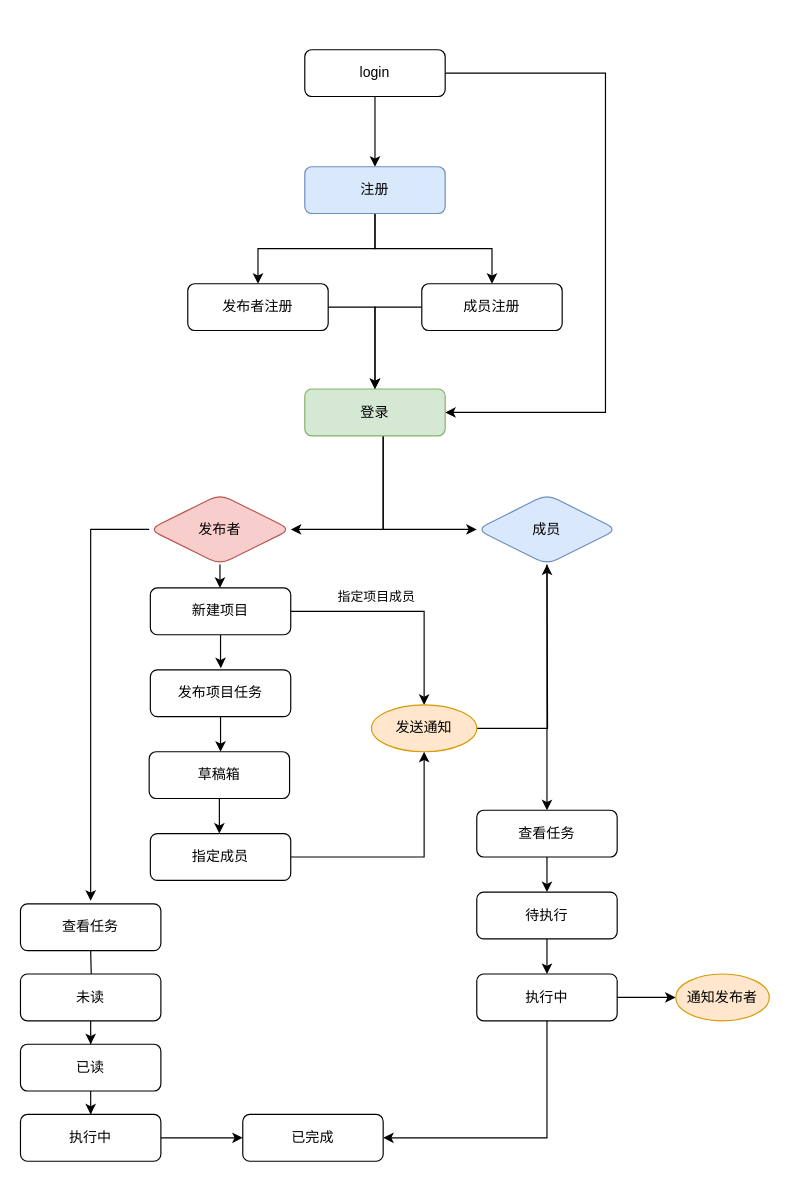
The draw.io diagram page "Page-1" (1 of 2) of Untitled Diagram.drawio in yangFcb/myProject, before the edit. Source tidied: cells renumbered, new cells numbered last; positions are measured from the earlier drawing's top-left corner, leaving out a move shared by most shapes. Both pictures are drawn from the tidied source at 117%, with x=0, y=0 at pixel (20, 49).
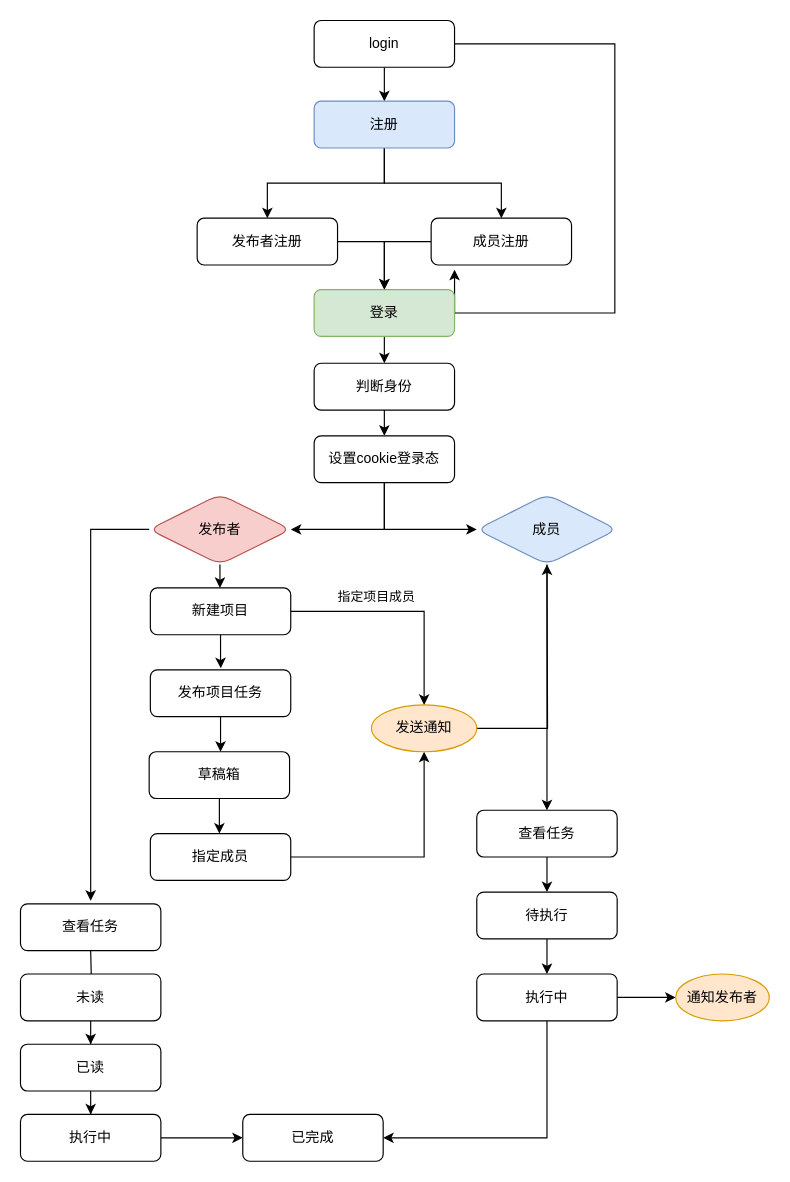
The same diagram, later.

Unchanged cells that the change refers to:
```xml
<mxCell id="17" value="发布者" style="rhombus;whiteSpace=wrap;html=1;rounded=1;shadow=0;strokeWidth=1;glass=0;fillColor=#f8cecc;strokeColor=#b85450;" parent="1" vertex="1">
  <mxGeometry x="110" y="380" width="121" height="60" as="geometry" />
</mxCell>
<mxCell id="19" value="成员" style="rhombus;whiteSpace=wrap;html=1;rounded=1;shadow=0;strokeWidth=1;glass=0;fillColor=#dae8fc;strokeColor=#6c8ebf;" parent="1" vertex="1">
  <mxGeometry x="390" y="380" width="120" height="60" as="geometry" />
</mxCell>
```

What changed in the source:
```diff
@@
-    <mxCell id="3" style="edgeStyle=orthogonalEdgeStyle;rounded=0;jettySize=auto;html=1;" parent="1" edge="1" source="4" target="10">
+    <mxCell id="3" style="edgeStyle=orthogonalEdgeStyle;rounded=0;jettySize=auto;html=1;" parent="1" edge="1" source="4">
       <mxGeometry relative="1" as="geometry">
+        <mxPoint x="371" y="188" as="targetPoint" />
         <Array as="points">
-          <mxPoint x="500" y="20" />
-          <mxPoint x="500" y="310" />
+          <mxPoint x="508" y="-5" />
+          <mxPoint x="508" y="225" />
         </Array>
       </mxGeometry>
     </mxCell>
     <mxCell id="4" value="login" style="rounded=1;whiteSpace=wrap;html=1;fontSize=12;glass=0;strokeWidth=1;shadow=0;" parent="1" vertex="1">
-      <mxGeometry x="243" width="120" height="40" as="geometry" />
+      <mxGeometry x="251" y="-25" width="120" height="40" as="geometry" />
     </mxCell>
@@
     <mxCell id="7" value="注册" style="whiteSpace=wrap;html=1;rounded=1;shadow=0;strokeWidth=1;glass=0;fillColor=#dae8fc;strokeColor=#6c8ebf;" parent="1" vertex="1">
-      <mxGeometry x="243" y="100" width="120" height="40" as="geometry" />
+      <mxGeometry x="251" y="44" width="120" height="40" as="geometry" />
     </mxCell>
-    <mxCell id="8" style="edgeStyle=orthogonalEdgeStyle;rounded=0;jettySize=auto;html=1;" parent="1" edge="1" source="10" target="17">
-      <mxGeometry relative="1" as="geometry">
-        <Array as="points">
-          <mxPoint x="310" y="410" />
-        </Array>
-      </mxGeometry>
-    </mxCell>
-    <mxCell id="9" style="edgeStyle=orthogonalEdgeStyle;rounded=0;jettySize=auto;html=1;entryX=0;entryY=0.5;entryDx=0;entryDy=0;" parent="1" edge="1" source="10" target="19">
-      <mxGeometry relative="1" as="geometry">
-        <Array as="points">
-          <mxPoint x="310" y="410" />
-        </Array>
-      </mxGeometry>
-    </mxCell>
+    <mxCell id="49" style="edgeStyle=orthogonalEdgeStyle;rounded=0;jettySize=auto;html=1;" parent="1" edge="1" source="10" target="51">
+      <mxGeometry relative="1" as="geometry" />
+    </mxCell>
     <mxCell id="10" value="登录" style="whiteSpace=wrap;html=1;rounded=1;shadow=0;strokeWidth=1;glass=0;fillColor=#d5e8d4;strokeColor=#82b366;" parent="1" vertex="1">
-      <mxGeometry x="243" y="290" width="120" height="40" as="geometry" />
+      <mxGeometry x="251" y="205" width="120" height="40" as="geometry" />
     </mxCell>
     <mxCell id="11" style="edgeStyle=orthogonalEdgeStyle;rounded=0;jettySize=auto;html=1;" parent="1" edge="1" source="12">
       <mxGeometry relative="1" as="geometry">
-        <mxPoint x="303" y="290" as="targetPoint" />
+        <mxPoint x="311" y="205" as="targetPoint" />
         <Array as="points">
-          <mxPoint x="303" y="220" />
-          <mxPoint x="303" y="220" />
+          <mxPoint x="311" y="164" />
+          <mxPoint x="311" y="164" />
         </Array>
       </mxGeometry>
     </mxCell>
     <mxCell id="12" value="发布者注册" style="whiteSpace=wrap;html=1;rounded=1;shadow=0;strokeWidth=1;glass=0;" parent="1" vertex="1">
-      <mxGeometry x="143" y="200" width="120" height="40" as="geometry" />
+      <mxGeometry x="151" y="144" width="120" height="40" as="geometry" />
     </mxCell>
     <mxCell id="13" style="edgeStyle=orthogonalEdgeStyle;rounded=0;jettySize=auto;html=1;entryX=0.5;entryY=0;entryDx=0;entryDy=0;" parent="1" edge="1" source="14" target="10">
       <mxGeometry relative="1" as="geometry">
         <Array as="points">
-          <mxPoint x="303" y="220" />
+          <mxPoint x="311" y="164" />
         </Array>
       </mxGeometry>
     </mxCell>
     <mxCell id="14" value="成员注册" style="whiteSpace=wrap;html=1;rounded=1;shadow=0;strokeWidth=1;glass=0;" parent="1" vertex="1">
-      <mxGeometry x="343" y="200" width="120" height="40" as="geometry" />
+      <mxGeometry x="351" y="144" width="120" height="40" as="geometry" />
     </mxCell>
@@
+    <mxCell id="50" style="edgeStyle=orthogonalEdgeStyle;rounded=0;jettySize=auto;html=1;" parent="1" edge="1" source="51" target="54">
+      <mxGeometry relative="1" as="geometry" />
+    </mxCell>
+    <mxCell id="51" value="判断身份" style="whiteSpace=wrap;html=1;rounded=1;shadow=0;strokeWidth=1;glass=0;" parent="1" vertex="1">
+      <mxGeometry x="251" y="268" width="120" height="40" as="geometry" />
+    </mxCell>
+    <mxCell id="52" style="edgeStyle=orthogonalEdgeStyle;rounded=0;jettySize=auto;html=1;" parent="1" edge="1" source="54">
+      <mxGeometry relative="1" as="geometry">
+        <mxPoint x="231" y="410" as="targetPoint" />
+        <Array as="points">
+          <mxPoint x="311" y="410" />
+        </Array>
+      </mxGeometry>
+    </mxCell>
+    <mxCell id="53" style="edgeStyle=orthogonalEdgeStyle;rounded=0;jettySize=auto;html=1;entryX=0;entryY=0.5;entryDx=0;entryDy=0;" parent="1" edge="1" source="54" target="19">
+      <mxGeometry relative="1" as="geometry">
+        <Array as="points">
+          <mxPoint x="311" y="410" />
+        </Array>
+      </mxGeometry>
+    </mxCell>
+    <mxCell id="54" value="设置cookie登录态" style="whiteSpace=wrap;html=1;rounded=1;shadow=0;strokeWidth=1;glass=0;" parent="1" vertex="1">
+      <mxGeometry x="251" y="330" width="120" height="40" as="geometry" />
+    </mxCell>
```
